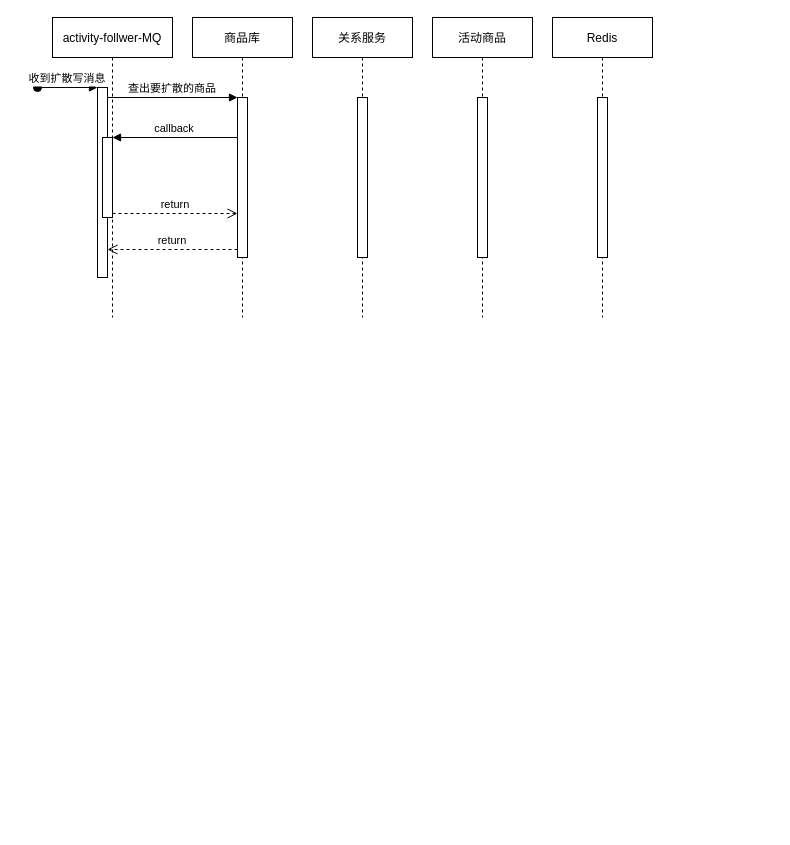
Above: Listener.drawio in Luffybaga/draw (draw.io), before the change. Source tidied: cells renumbered, new cells numbered last; positions are measured from the earlier drawing's top-left corner, leaving out a move shared by most shapes. Both pictures are drawn from the tidied source at 100%, with x=0, y=0 at pixel (37, 17).
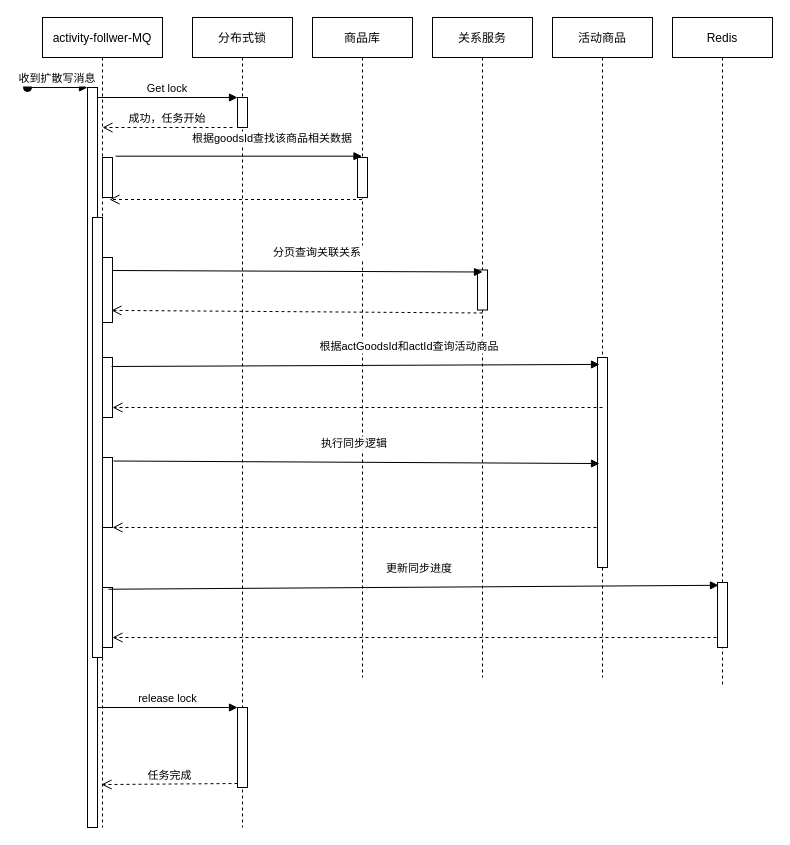
After the change.

The edit, as a diff of the source:
```diff
@@
     <mxCell id="2" value="activity-follwer-MQ" style="shape=umlLifeline;perimeter=lifelinePerimeter;rounded=0;shadow=0;strokeWidth=1;" parent="1" vertex="1">
-      <mxGeometry x="15" width="120" height="300" as="geometry" />
+      <mxGeometry x="5" width="120" height="810" as="geometry" />
     </mxCell>
     <mxCell id="3" style="points=[];perimeter=orthogonalPerimeter;rounded=0;shadow=0;strokeWidth=1;" parent="2" vertex="1">
-      <mxGeometry x="45" y="70" width="10" height="190" as="geometry" />
+      <mxGeometry x="45" y="70" width="10" height="740" as="geometry" />
     </mxCell>
@@
     <mxCell id="5" style="points=[];perimeter=orthogonalPerimeter;rounded=0;shadow=0;strokeWidth=1;" parent="2" vertex="1">
-      <mxGeometry x="50" y="120" width="10" height="80" as="geometry" />
+      <mxGeometry x="60" y="140" width="10" height="40" as="geometry" />
     </mxCell>
+    <mxCell id="18" style="html=1;points=[];perimeter=orthogonalPerimeter;" parent="2" vertex="1">
+      <mxGeometry x="60" y="240" width="10" height="65" as="geometry" />
+    </mxCell>
+    <mxCell id="19" style="html=1;points=[];perimeter=orthogonalPerimeter;" parent="2" vertex="1">
+      <mxGeometry x="60" y="340" width="10" height="60" as="geometry" />
+    </mxCell>
+    <mxCell id="20" style="html=1;points=[];perimeter=orthogonalPerimeter;" parent="2" vertex="1">
+      <mxGeometry x="60" y="440" width="10" height="70" as="geometry" />
+    </mxCell>
+    <mxCell id="21" style="html=1;points=[];perimeter=orthogonalPerimeter;" parent="2" vertex="1">
+      <mxGeometry x="60" y="570" width="10" height="60" as="geometry" />
+    </mxCell>
+    <mxCell id="22" style="verticalAlign=bottom;endArrow=open;dashed=1;endSize=8;shadow=0;strokeWidth=1;" parent="2" edge="1">
+      <mxGeometry relative="1" as="geometry">
+        <mxPoint x="560" y="510" as="sourcePoint" />
+        <mxPoint x="70" y="510" as="targetPoint" />
+      </mxGeometry>
+    </mxCell>
+    <mxCell id="23" style="verticalAlign=bottom;endArrow=open;dashed=1;endSize=8;shadow=0;strokeWidth=1;" parent="2" edge="1">
+      <mxGeometry relative="1" as="geometry">
+        <mxPoint x="680" y="620" as="sourcePoint" />
+        <mxPoint x="70" y="620" as="targetPoint" />
+      </mxGeometry>
+    </mxCell>
-    <mxCell id="6" value="商品库" style="shape=umlLifeline;perimeter=lifelinePerimeter;rounded=0;shadow=0;strokeWidth=1;" parent="1" vertex="1">
-      <mxGeometry x="155" width="100" height="300" as="geometry" />
+    <mxCell id="6" value="分布式锁" style="shape=umlLifeline;perimeter=lifelinePerimeter;rounded=0;shadow=0;strokeWidth=1;" parent="1" vertex="1">
+      <mxGeometry x="155" width="100" height="810" as="geometry" />
     </mxCell>
     <mxCell id="7" style="points=[];perimeter=orthogonalPerimeter;rounded=0;shadow=0;strokeWidth=1;" parent="6" vertex="1">
-      <mxGeometry x="45" y="80" width="10" height="160" as="geometry" />
+      <mxGeometry x="45" y="80" width="10" height="30" as="geometry" />
     </mxCell>
-    <mxCell id="8" value="return" style="verticalAlign=bottom;endArrow=open;dashed=1;endSize=8;exitX=0;exitY=0.95;shadow=0;strokeWidth=1;" parent="1" edge="1" source="7" target="3">
-      <mxGeometry relative="1" as="geometry" />
-    </mxCell>
-    <mxCell id="9" value="查出要扩散的商品" style="verticalAlign=bottom;endArrow=block;entryX=0;entryY=0;shadow=0;strokeWidth=1;" parent="1" edge="1" source="3" target="7">
+    <mxCell id="9" value="Get lock" style="verticalAlign=bottom;endArrow=block;entryX=0;entryY=0;shadow=0;strokeWidth=1;" parent="1" edge="1" source="3" target="7">
       <mxGeometry relative="1" as="geometry" />
     </mxCell>
-    <mxCell id="10" value="callback" style="verticalAlign=bottom;endArrow=block;entryX=1;entryY=0;shadow=0;strokeWidth=1;" parent="1" edge="1" source="7" target="5">
-      <mxGeometry relative="1" as="geometry" />
-    </mxCell>
-    <mxCell id="11" value="return" style="verticalAlign=bottom;endArrow=open;dashed=1;endSize=8;exitX=1;exitY=0.95;shadow=0;strokeWidth=1;" parent="1" edge="1" source="5" target="7">
-      <mxGeometry relative="1" as="geometry" />
-    </mxCell>
-    <mxCell id="12" value="关系服务" style="shape=umlLifeline;perimeter=lifelinePerimeter;rounded=0;shadow=0;strokeWidth=1;" parent="1" vertex="1">
-      <mxGeometry x="275" width="100" height="300" as="geometry" />
+    <mxCell id="12" value="商品库" style="shape=umlLifeline;perimeter=lifelinePerimeter;rounded=0;shadow=0;strokeWidth=1;" parent="1" vertex="1">
+      <mxGeometry x="275" width="100" height="660" as="geometry" />
     </mxCell>
     <mxCell id="13" style="perimeter=orthogonalPerimeter;rounded=0;shadow=0;strokeWidth=1;" parent="12" vertex="1">
-      <mxGeometry x="45" y="80" width="10" height="160" as="geometry" />
+      <mxGeometry x="45" y="140" width="10" height="40" as="geometry" />
     </mxCell>
-    <mxCell id="14" value="活动商品" style="shape=umlLifeline;perimeter=lifelinePerimeter;rounded=0;shadow=0;strokeWidth=1;" parent="1" vertex="1">
-      <mxGeometry x="395" width="100" height="300" as="geometry" />
+    <mxCell id="14" value="关系服务" style="shape=umlLifeline;perimeter=lifelinePerimeter;rounded=0;shadow=0;strokeWidth=1;" parent="1" vertex="1">
+      <mxGeometry x="395" width="100" height="660" as="geometry" />
     </mxCell>
     <mxCell id="15" style="points=[];perimeter=orthogonalPerimeter;rounded=0;shadow=0;strokeWidth=1;" parent="14" vertex="1">
-      <mxGeometry x="45" y="80" width="10" height="160" as="geometry" />
+      <mxGeometry x="45" y="252.5" width="10" height="40" as="geometry" />
     </mxCell>
-    <mxCell id="16" value="Redis" style="shape=umlLifeline;perimeter=lifelinePerimeter;rounded=0;shadow=0;strokeWidth=1;" parent="1" vertex="1">
-      <mxGeometry x="515" width="100" height="300" as="geometry" />
+    <mxCell id="16" value="活动商品" style="shape=umlLifeline;perimeter=lifelinePerimeter;rounded=0;shadow=0;strokeWidth=1;" parent="1" vertex="1">
+      <mxGeometry x="515" width="100" height="660" as="geometry" />
     </mxCell>
     <mxCell id="17" style="points=[];perimeter=orthogonalPerimeter;rounded=0;shadow=0;strokeWidth=1;" parent="16" vertex="1">
-      <mxGeometry x="45" y="80" width="10" height="160" as="geometry" />
+      <mxGeometry x="45" y="340" width="10" height="210" as="geometry" />
     </mxCell>
+    <mxCell id="24" value="Redis" style="shape=umlLifeline;perimeter=lifelinePerimeter;rounded=0;shadow=0;strokeWidth=1;" parent="1" vertex="1">
+      <mxGeometry x="635" width="100" height="670" as="geometry" />
+    </mxCell>
+    <mxCell id="25" style="points=[];perimeter=orthogonalPerimeter;rounded=0;shadow=0;strokeWidth=1;" parent="24" vertex="1">
+      <mxGeometry x="45" y="565" width="10" height="65" as="geometry" />
+    </mxCell>
+    <mxCell id="26" value="成功，任务开始" style="verticalAlign=bottom;endArrow=open;dashed=1;endSize=8;exitX=0;exitY=0.95;shadow=0;strokeWidth=1;" parent="1" edge="1">
+      <mxGeometry relative="1" as="geometry">
+        <mxPoint x="195" y="110" as="sourcePoint" />
+        <mxPoint x="65" y="110" as="targetPoint" />
+      </mxGeometry>
+    </mxCell>
+    <mxCell id="27" value="根据goodsId查找该商品相关数据" style="verticalAlign=bottom;endArrow=block;shadow=0;strokeWidth=1;exitX=1.3;exitY=-0.033;exitDx=0;exitDy=0;exitPerimeter=0;" parent="1" edge="1" source="5" target="12">
+      <mxGeometry x="0.27" y="9" relative="1" as="geometry" />
+    </mxCell>
+    <mxCell id="28" style="verticalAlign=bottom;endArrow=open;dashed=1;endSize=8;shadow=0;strokeWidth=1;entryX=0.7;entryY=1.05;entryDx=0;entryDy=0;entryPerimeter=0;" parent="1" edge="1" source="12" target="5">
+      <mxGeometry relative="1" as="geometry" />
+    </mxCell>
+    <mxCell id="29" value="分页查询关联关系" style="verticalAlign=bottom;endArrow=block;shadow=0;strokeWidth=1;entryX=0.5;entryY=0.05;entryDx=0;entryDy=0;entryPerimeter=0;exitX=1;exitY=0.2;exitDx=0;exitDy=0;exitPerimeter=0;" parent="1" edge="1" source="18" target="15">
+      <mxGeometry x="0.11" y="10" relative="1" as="geometry" />
+    </mxCell>
+    <mxCell id="30" style="verticalAlign=bottom;endArrow=open;dashed=1;endSize=8;shadow=0;strokeWidth=1;exitX=0.5;exitY=1.075;exitDx=0;exitDy=0;exitPerimeter=0;entryX=0.9;entryY=0.814;entryDx=0;entryDy=0;entryPerimeter=0;" parent="1" edge="1" source="15" target="18">
+      <mxGeometry relative="1" as="geometry" />
+    </mxCell>
+    <mxCell id="31" value="根据actGoodsId和actId查询活动商品" style="verticalAlign=bottom;endArrow=block;shadow=0;strokeWidth=1;exitX=0.9;exitY=0.15;exitDx=0;exitDy=0;exitPerimeter=0;entryX=0.2;entryY=0.033;entryDx=0;entryDy=0;entryPerimeter=0;" parent="1" edge="1" source="19" target="17">
+      <mxGeometry x="0.22" y="10" relative="1" as="geometry" />
+    </mxCell>
+    <mxCell id="32" style="verticalAlign=bottom;endArrow=open;dashed=1;endSize=8;shadow=0;strokeWidth=1;" parent="1" edge="1">
+      <mxGeometry relative="1" as="geometry">
+        <mxPoint x="565" y="390" as="sourcePoint" />
+        <mxPoint x="75" y="390" as="targetPoint" />
+      </mxGeometry>
+    </mxCell>
+    <mxCell id="33" value="执行同步逻辑" style="verticalAlign=bottom;endArrow=block;shadow=0;strokeWidth=1;exitX=1.1;exitY=0.05;exitDx=0;exitDy=0;exitPerimeter=0;entryX=0.2;entryY=0.505;entryDx=0;entryDy=0;entryPerimeter=0;" parent="1" edge="1" source="20" target="17">
+      <mxGeometry x="-0.01" y="10" relative="1" as="geometry" />
+    </mxCell>
+    <mxCell id="34" value="更新同步进度" style="verticalAlign=bottom;endArrow=block;shadow=0;strokeWidth=1;entryX=0.1;entryY=0.043;entryDx=0;entryDy=0;entryPerimeter=0;exitX=0.6;exitY=0.029;exitDx=0;exitDy=0;exitPerimeter=0;" parent="1" edge="1" source="21" target="25">
+      <mxGeometry x="0.02" y="10" relative="1" as="geometry" />
+    </mxCell>
+    <mxCell id="35" style="html=1;perimeter=orthogonalPerimeter;" parent="1" vertex="1">
+      <mxGeometry x="55" y="200" width="10" height="440" as="geometry" />
+    </mxCell>
+    <mxCell id="36" style="html=1;points=[];perimeter=orthogonalPerimeter;" parent="1" vertex="1">
+      <mxGeometry x="200" y="690" width="10" height="80" as="geometry" />
+    </mxCell>
+    <mxCell id="37" value="release lock" style="html=1;verticalAlign=bottom;endArrow=block;entryX=0;entryY=0;" parent="1" edge="1" target="36">
+      <mxGeometry relative="1" as="geometry">
+        <mxPoint x="60" y="690" as="sourcePoint" />
+      </mxGeometry>
+    </mxCell>
+    <mxCell id="38" value="任务完成" style="html=1;verticalAlign=bottom;endArrow=open;dashed=1;endSize=8;exitX=0;exitY=0.95;entryX=0.492;entryY=0.947;entryDx=0;entryDy=0;entryPerimeter=0;" parent="1" edge="1" source="36" target="2">
+      <mxGeometry relative="1" as="geometry" />
+    </mxCell>
```
